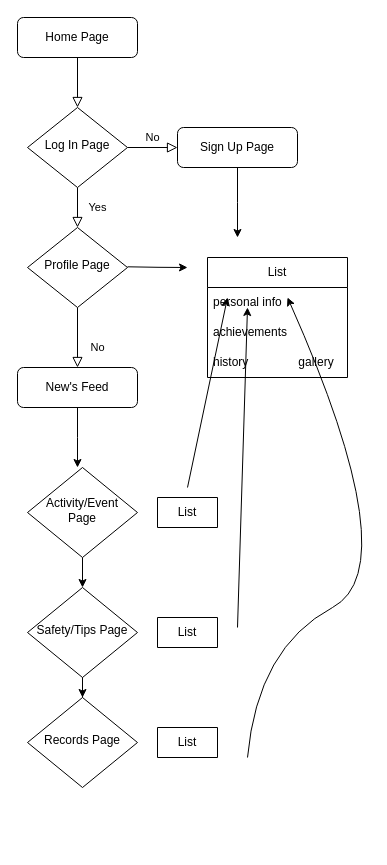
Earlier version of the draw.io diagram Untitled Diagram.drawio (honeybather/ajax-practice). Source tidied: cells renumbered, new cells numbered last; positions are measured from the earlier drawing's top-left corner, leaving out a move shared by most shapes. Both pictures are drawn from the tidied source at 100%, with x=0, y=0 at pixel (17, 17).
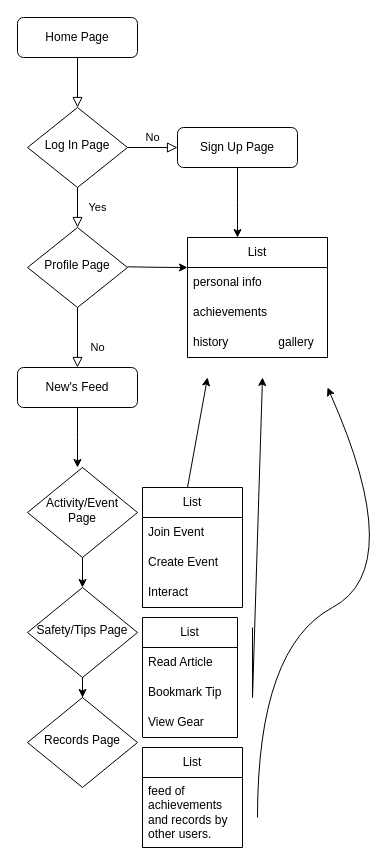
The same page after the edit.

The edit, as a diff of the source:
```diff
@@
-    <mxCell id="19" value="List" style="swimlane;fontStyle=0;horizontal=1;startSize=30;whiteSpace=wrap;html=1;" parent="1" vertex="1" collapsed="1">
-      <mxGeometry x="140" y="480" width="60" height="30" as="geometry" />
+    <mxCell id="19" value="List" style="swimlane;fontStyle=0;horizontal=1;startSize=30;whiteSpace=wrap;html=1;" parent="1" vertex="1">
+      <mxGeometry x="125" y="470" width="100" height="120" as="geometry" />
     </mxCell>
+    <mxCell id="29" value="Join Event" style="text;strokeColor=none;fillColor=none;align=left;verticalAlign=middle;spacingLeft=4;spacingRight=4;overflow=hidden;whiteSpace=wrap;html=1;" parent="19" vertex="1">
+      <mxGeometry y="30" width="100" height="30" as="geometry" />
+    </mxCell>
+    <mxCell id="30" value="Create Event" style="text;strokeColor=none;fillColor=none;align=left;verticalAlign=middle;spacingLeft=4;spacingRight=4;overflow=hidden;whiteSpace=wrap;html=1;" parent="19" vertex="1">
+      <mxGeometry y="60" width="100" height="30" as="geometry" />
+    </mxCell>
+    <mxCell id="31" value="Interact" style="text;strokeColor=none;fillColor=none;align=left;verticalAlign=middle;spacingLeft=4;spacingRight=4;overflow=hidden;whiteSpace=wrap;html=1;" parent="19" vertex="1">
+      <mxGeometry y="90" width="100" height="30" as="geometry" />
+    </mxCell>
-    <mxCell id="20" value="List" style="swimlane;fontStyle=0;horizontal=1;startSize=30;whiteSpace=wrap;html=1;" parent="1" vertex="1" collapsed="1">
-      <mxGeometry x="140" y="600" width="60" height="30" as="geometry" />
+    <mxCell id="20" value="List" style="swimlane;fontStyle=0;horizontal=1;startSize=30;whiteSpace=wrap;html=1;" parent="1" vertex="1">
+      <mxGeometry x="125" y="600" width="95" height="120" as="geometry" />
     </mxCell>
+    <mxCell id="32" value="Read Article" style="text;strokeColor=none;fillColor=none;align=left;verticalAlign=middle;spacingLeft=4;spacingRight=4;overflow=hidden;whiteSpace=wrap;html=1;" parent="20" vertex="1">
+      <mxGeometry y="30" width="95" height="30" as="geometry" />
+    </mxCell>
+    <mxCell id="33" value="Bookmark Tip" style="text;strokeColor=none;fillColor=none;align=left;verticalAlign=middle;spacingLeft=4;spacingRight=4;overflow=hidden;whiteSpace=wrap;html=1;" parent="20" vertex="1">
+      <mxGeometry y="60" width="95" height="30" as="geometry" />
+    </mxCell>
+    <mxCell id="34" value="View Gear" style="text;strokeColor=none;fillColor=none;align=left;verticalAlign=middle;spacingLeft=4;spacingRight=4;overflow=hidden;whiteSpace=wrap;html=1;" parent="20" vertex="1">
+      <mxGeometry y="90" width="95" height="30" as="geometry" />
+    </mxCell>
-    <mxCell id="21" value="List" style="swimlane;fontStyle=0;horizontal=1;startSize=30;whiteSpace=wrap;html=1;" parent="1" vertex="1" collapsed="1">
-      <mxGeometry x="140" y="710" width="60" height="30" as="geometry" />
+    <mxCell id="21" value="List" style="swimlane;fontStyle=0;horizontal=1;startSize=30;whiteSpace=wrap;html=1;" parent="1" vertex="1">
+      <mxGeometry x="125" y="730" width="100" height="100" as="geometry" />
     </mxCell>
+    <mxCell id="35" value="feed of achievements and records by other users." style="text;strokeColor=none;fillColor=none;align=left;verticalAlign=middle;spacingLeft=4;spacingRight=4;overflow=hidden;whiteSpace=wrap;html=1;" parent="21" vertex="1">
+      <mxGeometry y="30" width="100" height="70" as="geometry" />
+    </mxCell>
     <mxCell id="22" value="List" style="swimlane;fontStyle=0;horizontal=1;startSize=30;whiteSpace=wrap;html=1;" parent="1" vertex="1">
-      <mxGeometry x="190" y="240" width="140" height="120" as="geometry" />
+      <mxGeometry x="170" y="220" width="140" height="120" as="geometry" />
     </mxCell>
@@
     <mxCell id="26" style="endArrow=classic;html=1;rounded=0;" parent="1" edge="1">
       <mxGeometry relative="1" as="geometry">
         <mxPoint x="170" y="470" as="sourcePoint" />
-        <mxPoint x="210" y="280" as="targetPoint" />
+        <mxPoint x="190" y="360" as="targetPoint" />
         <Array as="points">
           <mxPoint x="170" y="470" />
         </Array>
       </mxGeometry>
     </mxCell>
     <mxCell id="27" style="curved=1;endArrow=classic;html=1;rounded=0;" parent="1" edge="1">
       <mxGeometry relative="1" as="geometry">
-        <mxPoint x="230" y="740" as="sourcePoint" />
-        <mxPoint x="270" y="280" as="targetPoint" />
+        <mxPoint x="240" y="800" as="sourcePoint" />
+        <mxPoint x="310" y="370" as="targetPoint" />
         <Array as="points">
           <mxPoint x="240" y="630" />
           <mxPoint x="390" y="550" />
         </Array>
       </mxGeometry>
     </mxCell>
     <mxCell id="28" style="endArrow=classic;html=1;rounded=0;" parent="1" edge="1">
       <mxGeometry relative="1" as="geometry">
-        <mxPoint x="220" y="610" as="sourcePoint" />
-        <mxPoint x="230" y="290" as="targetPoint" />
+        <mxPoint x="235" y="610" as="sourcePoint" />
+        <mxPoint x="245" y="360" as="targetPoint" />
         <Array as="points">
-          <mxPoint x="220" y="610" />
+          <mxPoint x="235" y="680" />
         </Array>
       </mxGeometry>
     </mxCell>
```
